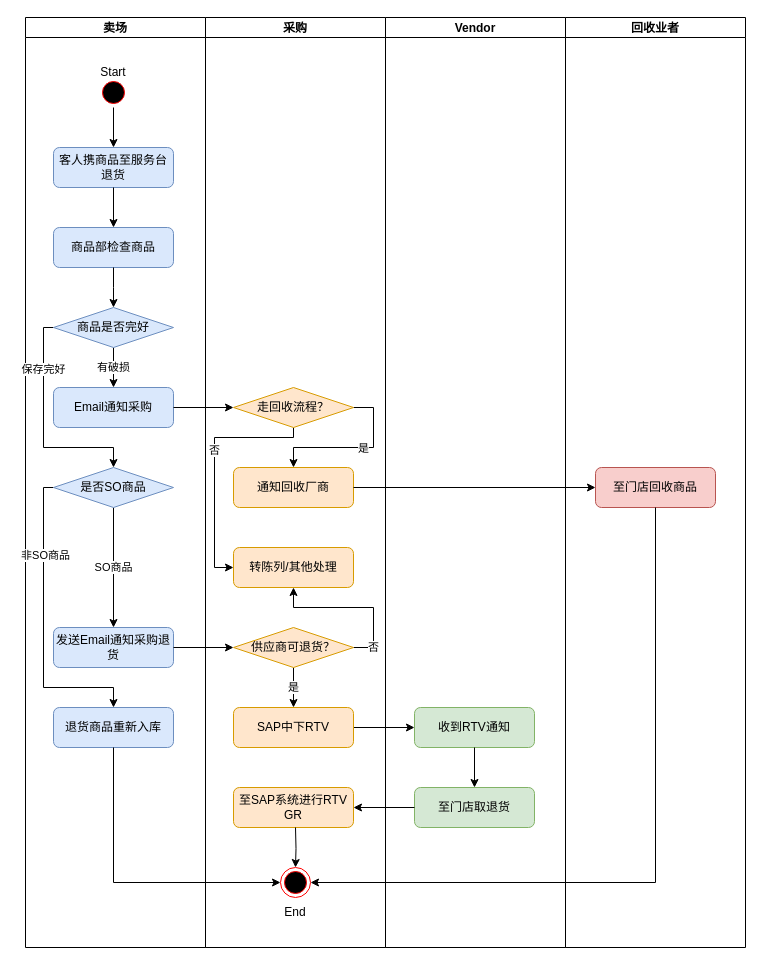
The draw.io diagram page "有商品退货业务流程" (6 of 8) of Special Order.drawio in luss613/draw.io, before the edit. Source tidied: cells renumbered, new cells numbered last; positions are measured from the earlier drawing's top-left corner, leaving out a move shared by most shapes. Both pictures are drawn from the tidied source at 100%, with x=0, y=0 at pixel (25, 17).
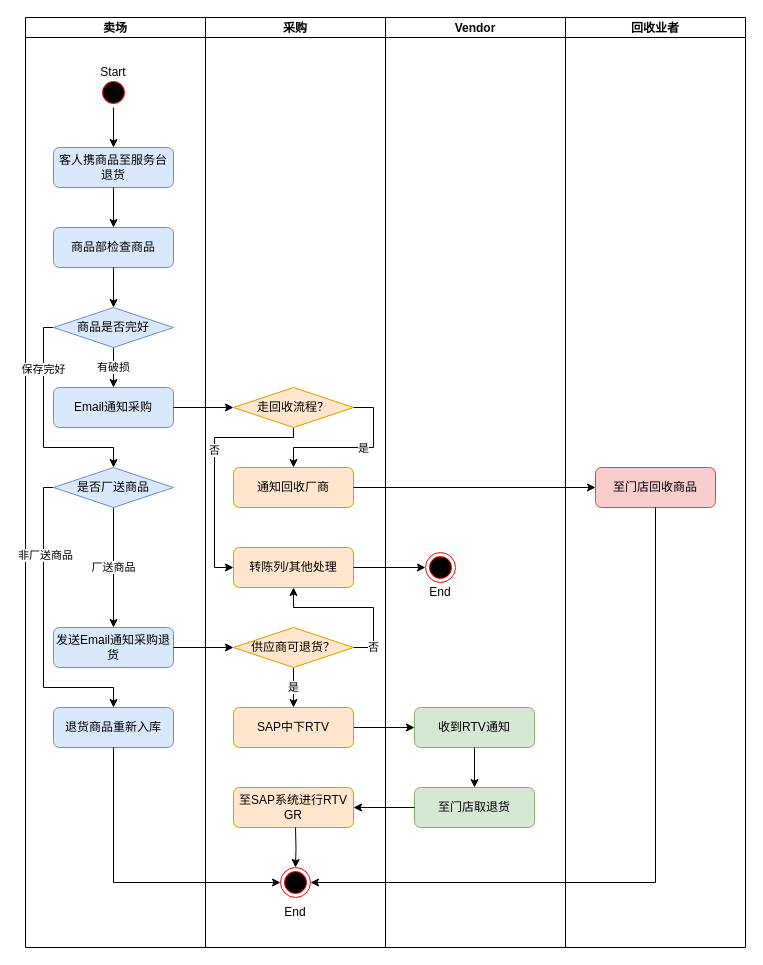
Above is the later version.

The change refers to these unchanged cells:
```xml
<mxCell id="3" value="卖场" style="swimlane;startSize=20;" parent="1" vertex="1">
  <mxGeometry width="180" height="930" as="geometry" />
</mxCell>
<mxCell id="8" value="发送Email通知采购退货" style="rounded=1;whiteSpace=wrap;html=1;fontSize=12;glass=0;strokeWidth=1;shadow=0;fillColor=#dae8fc;strokeColor=#6c8ebf;" parent="3" vertex="1">
  <mxGeometry x="28" y="610" width="120" height="40" as="geometry" />
</mxCell>
<mxCell id="10" style="edgeStyle=orthogonalEdgeStyle;rounded=0;jettySize=auto;html=1;entryX=0.5;entryY=0;entryDx=0;entryDy=0;" parent="3" edge="1" source="12" target="18">
  <mxGeometry relative="1" as="geometry">
    <Array as="points">
      <mxPoint x="18" y="470" />
      <mxPoint x="18" y="670" />
      <mxPoint x="88" y="670" />
    </Array>
  </mxGeometry>
</mxCell>
<mxCell id="31" value="转陈列/其他处理" style="rounded=1;whiteSpace=wrap;html=1;fontSize=12;glass=0;strokeWidth=1;shadow=0;fillColor=#ffe6cc;strokeColor=#d79b00;" parent="22" vertex="1">
  <mxGeometry x="28" y="530" width="120" height="40" as="geometry" />
</mxCell>
<mxCell id="38" value="Vendor" style="swimlane;startSize=20;" parent="1" vertex="1">
  <mxGeometry x="360" width="180" height="930" as="geometry" />
</mxCell>
```

What changed in the source:
```diff
@@
-    <mxCell id="9" value="SO商品" style="edgeStyle=orthogonalEdgeStyle;rounded=0;jettySize=auto;html=1;" parent="3" edge="1" source="12" target="8">
+    <mxCell id="9" value="厂送商品" style="edgeStyle=orthogonalEdgeStyle;rounded=0;jettySize=auto;html=1;" parent="3" edge="1" source="12" target="8">
       <mxGeometry relative="1" as="geometry" />
     </mxCell>
@@
-    <mxCell id="11" value="非SO商品" style="edgeLabel;html=1;align=center;verticalAlign=middle;" parent="10" vertex="1">
+    <mxCell id="11" value="非厂送商品" style="edgeLabel;html=1;align=center;verticalAlign=middle;" parent="10" vertex="1">
       <mxGeometry x="-0.49" y="1" relative="1" as="geometry" />
     </mxCell>
-    <mxCell id="12" value="是否SO商品" style="rhombus;whiteSpace=wrap;html=1;fillColor=#dae8fc;strokeColor=#6c8ebf;" parent="3" vertex="1">
+    <mxCell id="12" value="是否厂送商品" style="rhombus;whiteSpace=wrap;html=1;fillColor=#dae8fc;strokeColor=#6c8ebf;" parent="3" vertex="1">
       <mxGeometry x="28" y="450" width="120" height="40" as="geometry" />
     </mxCell>
@@
+    <mxCell id="50" style="ellipse;html=1;shape=endState;fillColor=#000000;strokeColor=#ff0000;" parent="38" vertex="1">
+      <mxGeometry x="40" y="535" width="30" height="30" as="geometry" />
+    </mxCell>
+    <mxCell id="51" value="End" style="text;html=1;strokeColor=none;fillColor=none;align=center;verticalAlign=middle;whiteSpace=wrap;rounded=0;" parent="38" vertex="1">
+      <mxGeometry x="25" y="560" width="60" height="30" as="geometry" />
+    </mxCell>
@@
+    <mxCell id="52" style="edgeStyle=orthogonalEdgeStyle;rounded=0;jettySize=auto;html=1;exitX=1;exitY=0.5;exitDx=0;exitDy=0;entryX=0;entryY=0.5;entryDx=0;entryDy=0;" parent="1" edge="1" source="31" target="50">
+      <mxGeometry relative="1" as="geometry" />
+    </mxCell>
```
